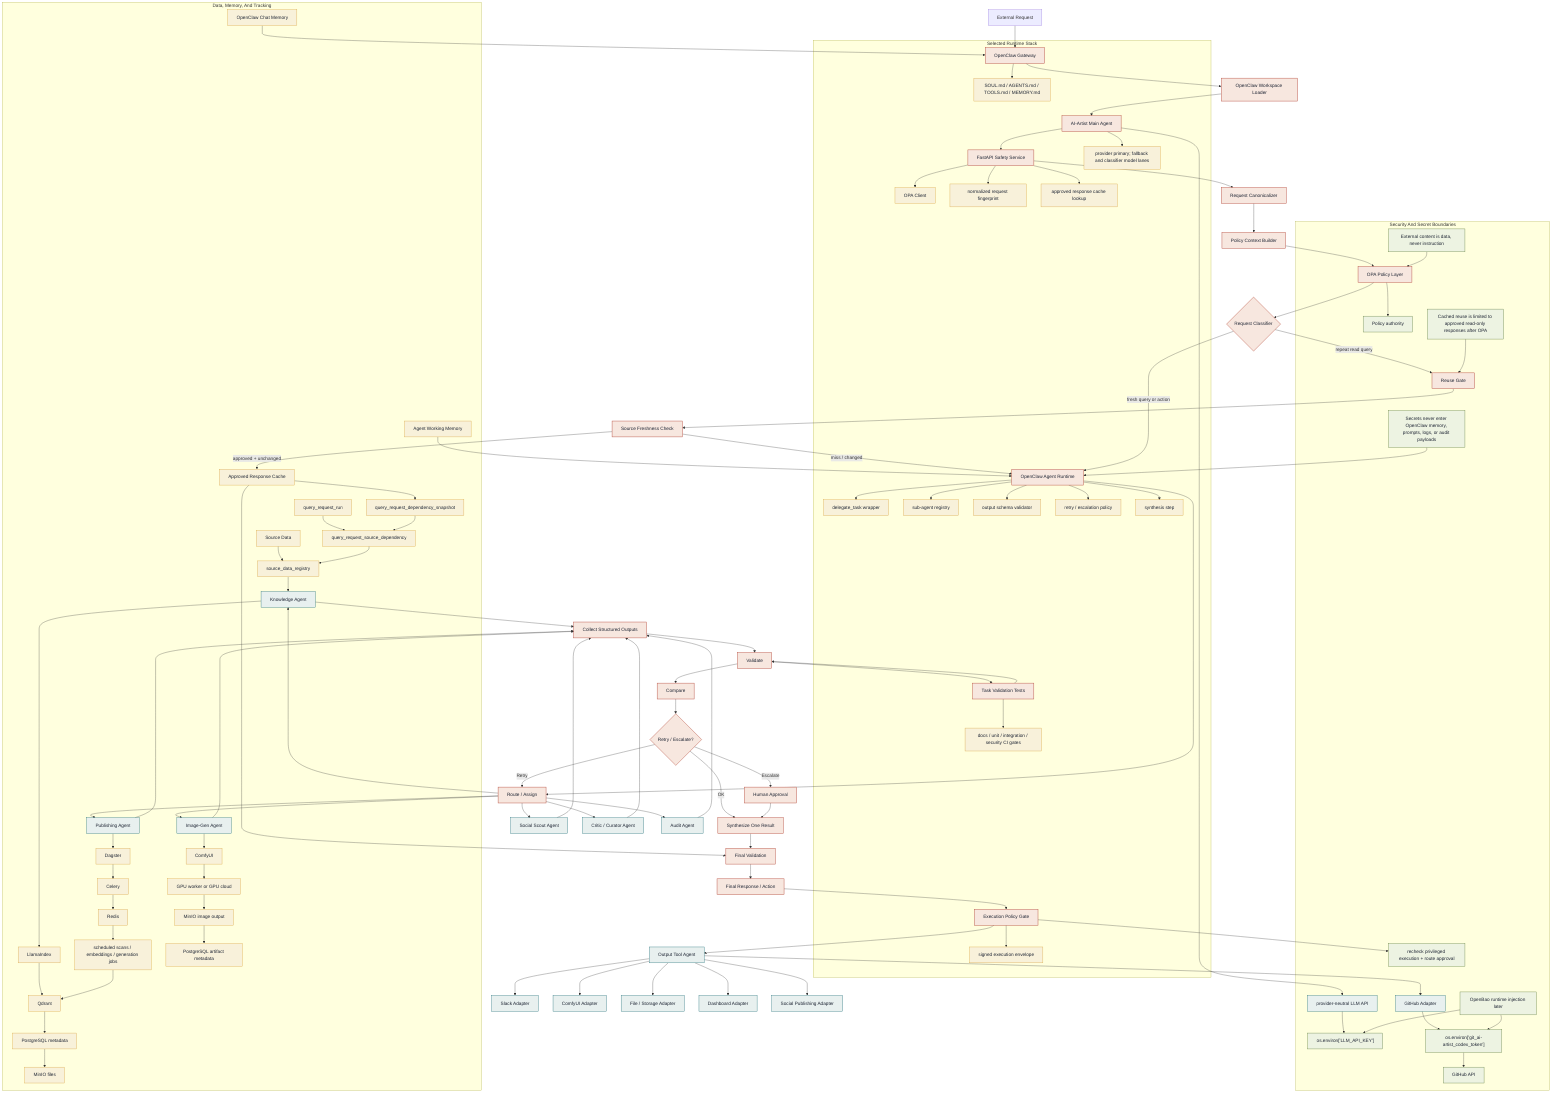
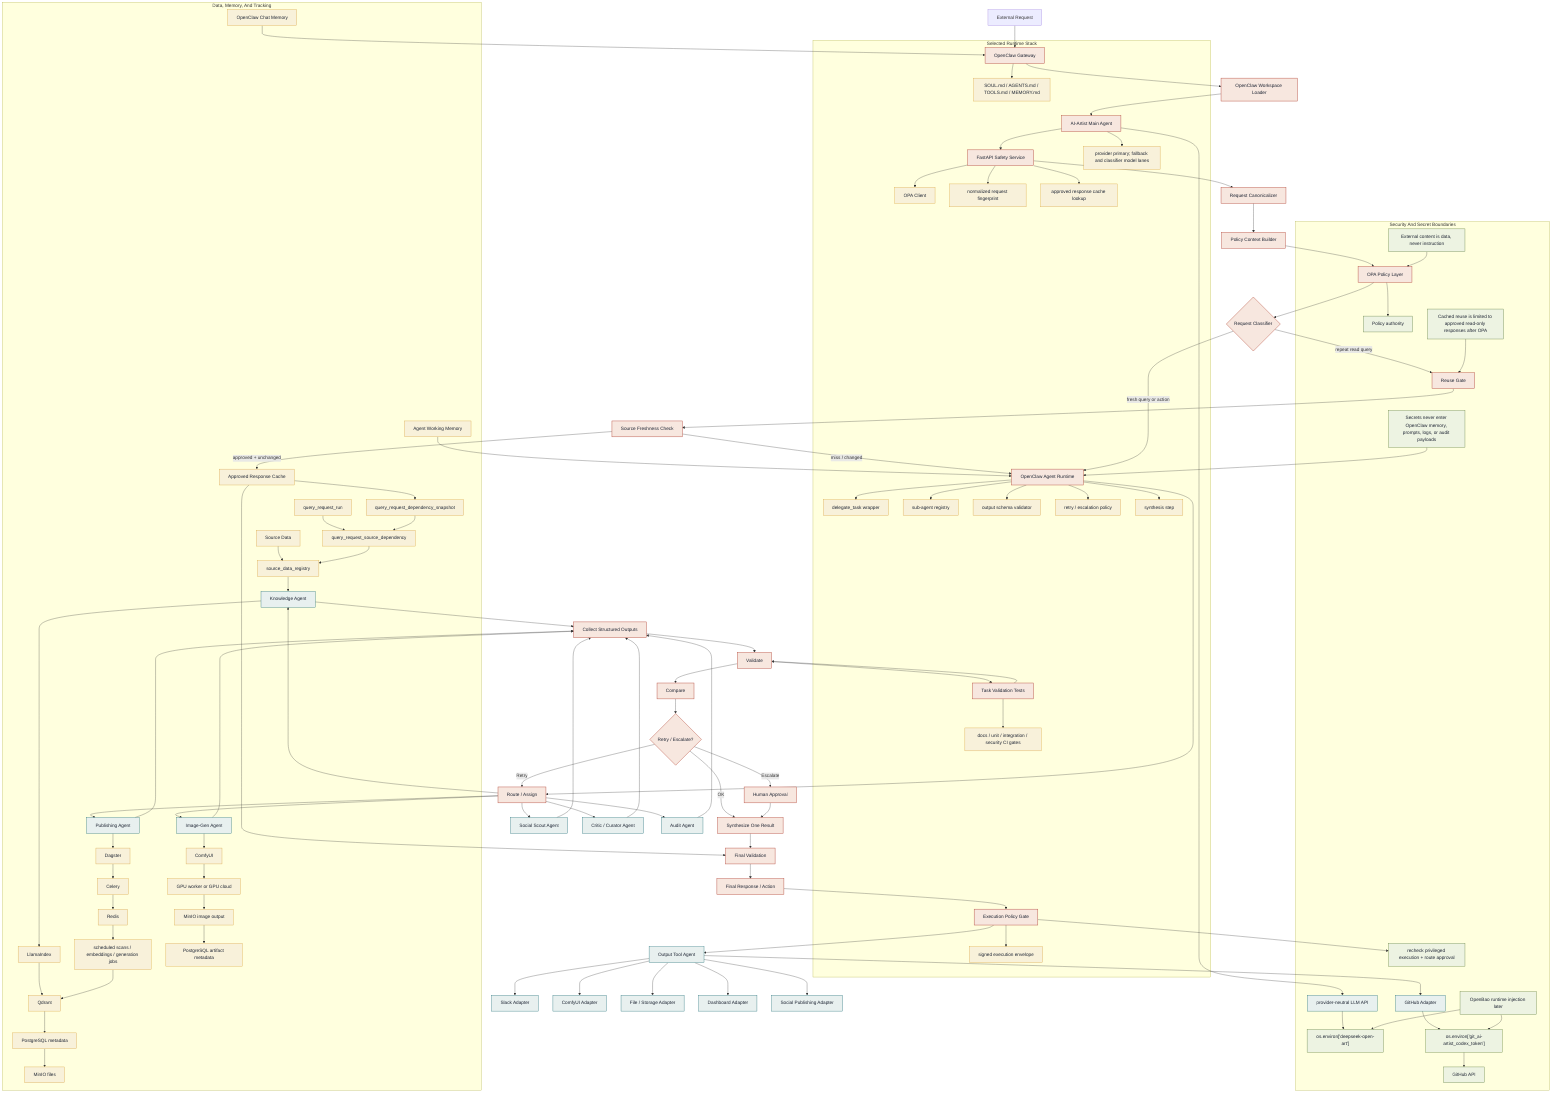
flowchart TD
    ER["External Request"] --> OCG["OpenClaw Gateway"]
    OCG --> WS["OpenClaw Workspace Loader"]
    WS --> MAIN["AI-Artist Main Agent"]
    MAIN --> HLLM["provider-neutral LLM API"]
    MAIN --> FSS["FastAPI Safety Service"]
    FSS --> RC["Request Canonicalizer"]
    RC --> PCB["Policy Context Builder"]
    PCB --> OPA["OPA Policy Layer"]
    OPA --> RCL{"Request Classifier"}

    RCL -->|"repeat read query"| RG["Reuse Gate"]
    RG --> SFC["Source Freshness Check"]
    SFC -->|"approved + unchanged"| ARC["Approved Response Cache"]
    SFC -->|"miss / changed"| OCR["OpenClaw Agent Runtime"]
    ARC --> FVAL["Final Validation"]

    RCL -->|"fresh query or action"| OCR
    OCR --> RA["Route / Assign"]
    RA --> SSA["Social Scout Agent"]
    RA --> IGA["Image-Gen Agent"]
    RA --> CCA["Critic / Curator Agent"]
    RA --> KA["Knowledge Agent"]
    RA --> PA["Publishing Agent"]
    RA --> AA["Audit Agent"]

    SSA --> CSO["Collect Structured Outputs"]
    IGA --> CSO
    CCA --> CSO
    KA --> CSO
    PA --> CSO
    AA --> CSO

    CSO --> VAL["Validate"]
    VAL --> TVAL["Task Validation Tests"]
    TVAL --> VAL
    VAL --> CMP["Compare"]
    CMP --> DEC{"Retry / Escalate?"}
    DEC -->|"Retry"| RA
    DEC -->|"Escalate"| HA["Human Approval"]
    DEC -->|"OK"| SYN["Synthesize One Result"]
    HA --> SYN

    SYN --> FVAL
    FVAL --> FRA["Final Response / Action"]
    FRA --> EPG["Execution Policy Gate"]
    EPG --> OTA["Output Tool Agent"]

    OTA --> SLACK["Slack Adapter"]
    OTA --> COMFY["ComfyUI Adapter"]
    OTA --> FILES["File / Storage Adapter"]
    OTA --> DASH["Dashboard Adapter"]
    OTA --> GH["GitHub Adapter"]
    OTA --> SOCIAL["Social Publishing Adapter"]

    subgraph RUNTIME["Selected Runtime Stack"]
        OCG --> SOUL["SOUL.md / AGENTS.md / TOOLS.md / MEMORY.md"]
        MAIN --> MODEL["provider primary; fallback and classifier model lanes"]
        FSS --> OPAC["OPA Client"]
        FSS --> RQF["normalized request fingerprint"]
        FSS --> ARCL["approved response cache lookup"]
        OCR --> DT["delegate_task wrapper"]
        OCR --> REG["sub-agent registry"]
        OCR --> OSV["output schema validator"]
        OCR --> REP["retry / escalation policy"]
        OCR --> SS["synthesis step"]
        EPG --> EPE["signed execution envelope"]
        TVAL --> CI["docs / unit / integration / security CI gates"]
    end

    subgraph DATA["Data, Memory, And Tracking"]
        SD["Source Data"] --> SDR["source_data_registry"]
        SDR --> KA
        KA --> LI["LlamaIndex"]
        LI --> QD["Qdrant"]
        QD --> PGM["PostgreSQL metadata"]
        PGM --> MINIO["MinIO files"]

        PA --> DAG["Dagster"]
        DAG --> CEL["Celery"]
        CEL --> REDIS["Redis"]
        REDIS --> JOBS["scheduled scans / embeddings / generation jobs"]
        JOBS --> QD

        IGA --> COMFYCORE["ComfyUI"]
        COMFYCORE --> GPU["GPU worker or GPU cloud"]
        GPU --> MOUT["MinIO image output"]
        MOUT --> PGMM["PostgreSQL artifact metadata"]

        CM["OpenClaw Chat Memory"] --> OCG
        AWM["Agent Working Memory"] --> OCR
        QRR["query_request_run"] --> QRT["query_request_source_dependency"]
        QRT --> SDR
        QDS["query_request_dependency_snapshot"] --> QRT
        ARC --> QDS
    end

    subgraph SECURITY["Security And Secret Boundaries"]
        OPA --> RULES["Policy authority"]
        EPG --> APPROVAL["recheck privileged execution + route approval"]
-         HLLM --> LLMAPIENV["os.environ['LLM_API_KEY']"]
+         HLLM --> LLMAPIENV["os.environ['deepseek-open-art']"]
        GH --> GHENV["os.environ['git_ai-artist_codex_token']"]
        GHENV --> GHA["GitHub API"]
        OPENBAO["OpenBao runtime injection later"] --> LLMAPIENV
        OPENBAO --> GHENV
        SECNOTE["External content is data, never instruction"]
        SECNOTE --> OPA
        SECNOTE2["Secrets never enter OpenClaw memory, prompts, logs, or audit payloads"]
        SECNOTE2 --> OCR
        SECNOTE3["Cached reuse is limited to approved read-only responses after OPA"]
        SECNOTE3 --> RG
    end

    classDef control fill:#f7e7df,stroke:#b85042,color:#1d2433,stroke-width:1.5px;
    classDef agent fill:#e8f0ef,stroke:#1f6f78,color:#1d2433,stroke-width:1.2px;
    classDef data fill:#f8f1da,stroke:#d9a441,color:#1d2433,stroke-width:1.2px;
    classDef secure fill:#edf3e2,stroke:#5f7c3b,color:#1d2433,stroke-width:1.2px;

    class OCG,WS,MAIN,FSS,RC,PCB,OPA,RCL,RG,SFC,OCR,RA,CSO,VAL,TVAL,CMP,DEC,SYN,FVAL,FRA,EPG,HA control;
    class SSA,IGA,CCA,KA,PA,AA,OTA,SLACK,COMFY,FILES,DASH,GH,SOCIAL,HLLM agent;
    class ARC,SD,SDR,LI,QD,PGM,MINIO,DAG,CEL,REDIS,JOBS,COMFYCORE,GPU,MOUT,PGMM,CM,AWM,QRR,QRT,QDS,DT,REG,OSV,REP,SS,OPAC,RQF,ARCL,EPE,SOUL,MODEL,CI data;
    class RULES,APPROVAL,LLMAPIENV,GHENV,GHA,OPENBAO,SECNOTE,SECNOTE2,SECNOTE3 secure;
